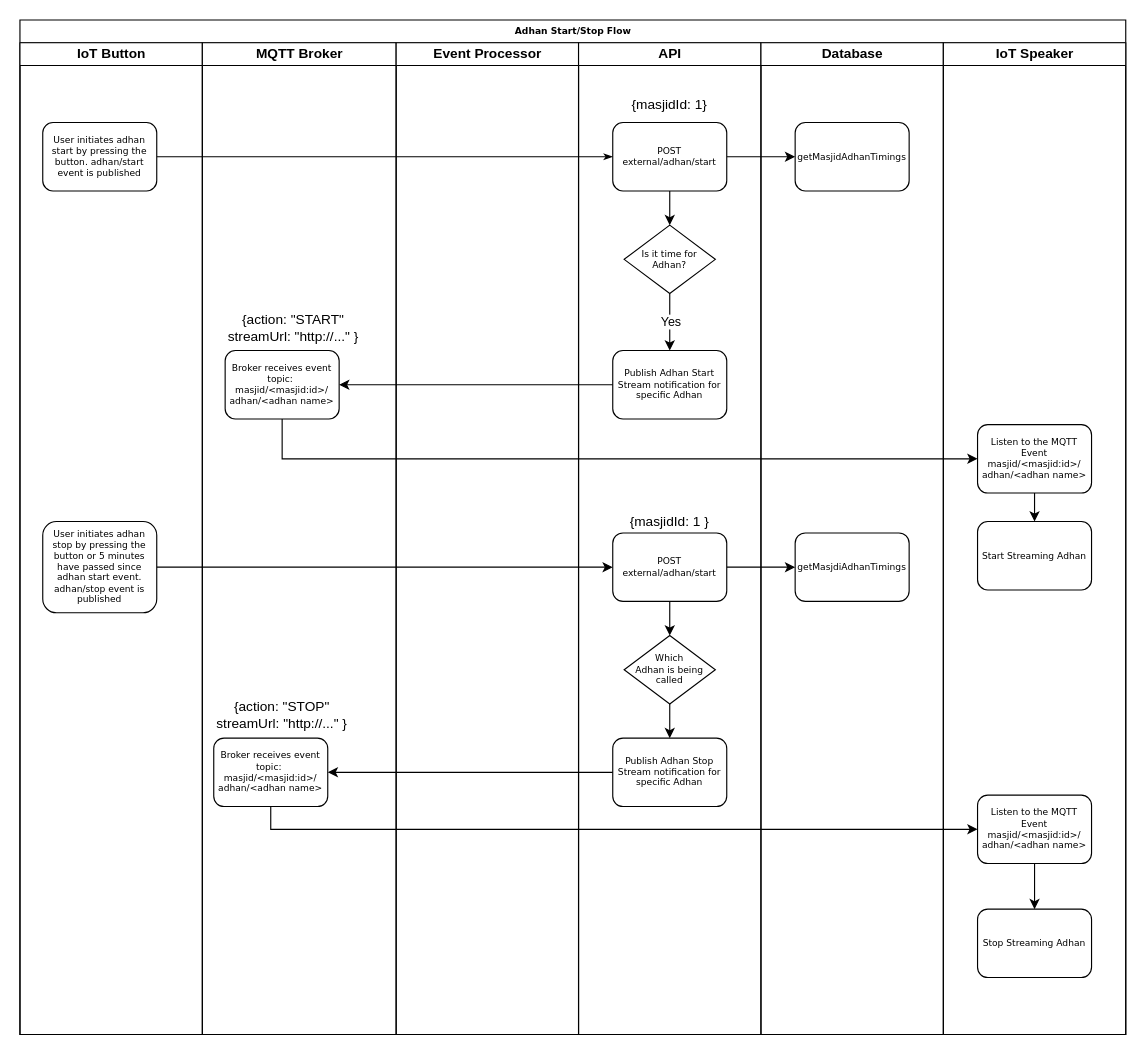
Above: page "Adhan Flow" (1 of 9) of src/docs/Smart Masjid Process Flows.drawio in eSpark-Backup/smart-masjid-app (draw.io), before the change. Source tidied: cells renumbered, new cells numbered last; positions are measured from the earlier drawing's top-left corner, leaving out a move shared by most shapes. Both pictures are drawn from the tidied source at 114%, with x=0, y=0 at pixel (19, 19).
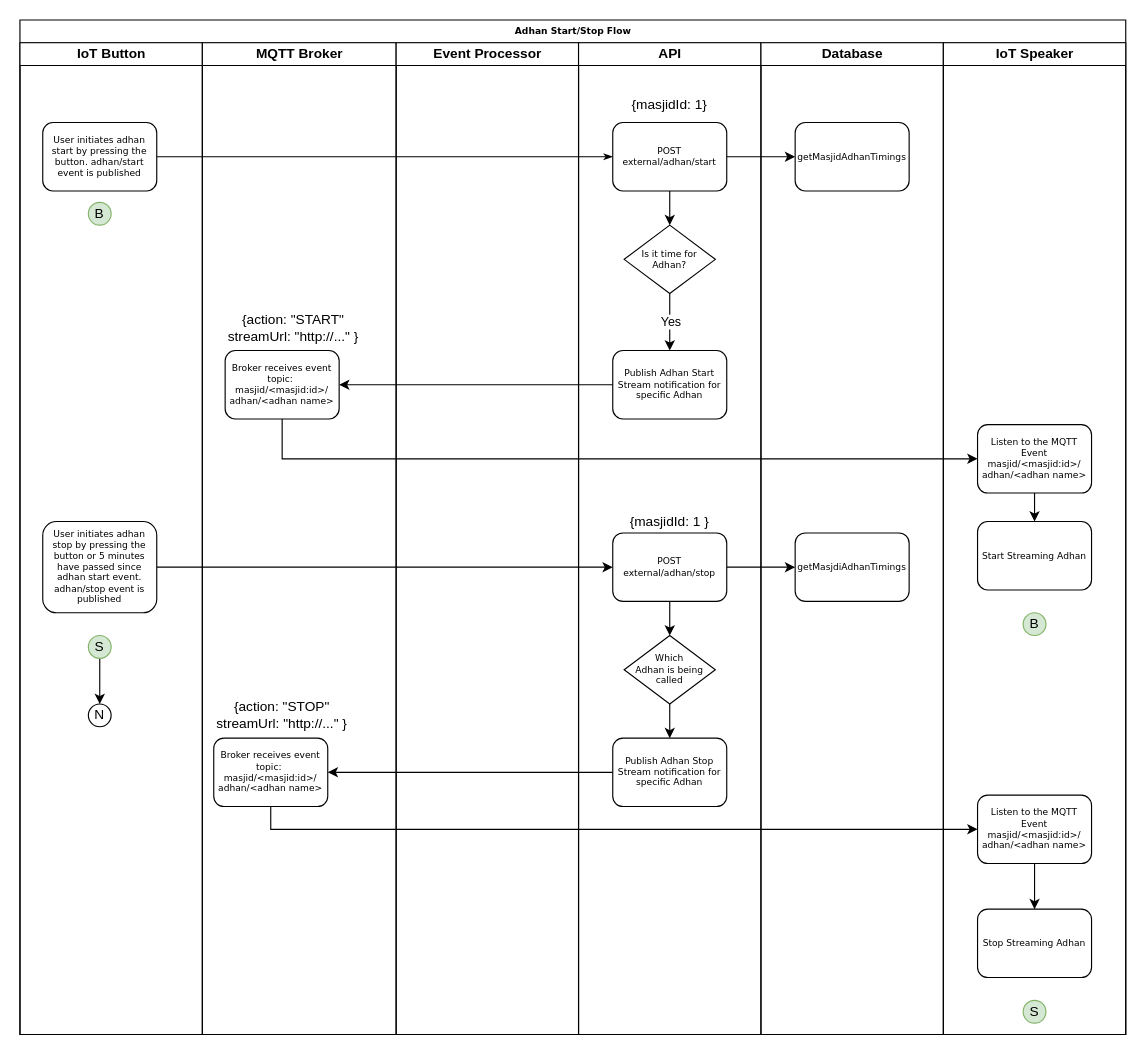
Above is the later version.

Unchanged cells that the change refers to:
```xml
<mxCell id="6" value="IoT Button" style="swimlane;html=1;startSize=20;" parent="2" vertex="1">
  <mxGeometry y="20" width="160" height="870" as="geometry" />
</mxCell>
<mxCell id="16" value="API" style="swimlane;html=1;startSize=20;" parent="2" vertex="1">
  <mxGeometry x="490" y="20" width="160" height="870" as="geometry" />
</mxCell>
<mxCell id="34" value="IoT Speaker" style="swimlane;html=1;startSize=20;" parent="2" vertex="1">
  <mxGeometry x="810" y="20" width="160" height="870" as="geometry" />
</mxCell>
```

What changed in the source:
```diff
@@
+    <mxCell id="45" value="B" style="ellipse;whiteSpace=wrap;html=1;fillColor=#d5e8d4;strokeColor=#82b366;shadow=0;fontSize=12;" parent="6" vertex="1">
+      <mxGeometry x="60" y="140" width="20" height="20" as="geometry" />
+    </mxCell>
+    <mxCell id="46" style="edgeStyle=orthogonalEdgeStyle;rounded=0;jettySize=auto;html=1;entryX=0.5;entryY=0;entryDx=0;entryDy=0;fontSize=12;startArrow=none;startFill=0;endArrow=classic;endFill=1;" parent="6" edge="1" source="47" target="48">
+      <mxGeometry relative="1" as="geometry" />
+    </mxCell>
+    <mxCell id="47" value="S" style="ellipse;whiteSpace=wrap;html=1;fillColor=#d5e8d4;strokeColor=#82b366;shadow=0;fontSize=12;" parent="6" vertex="1">
+      <mxGeometry x="60" y="520" width="20" height="20" as="geometry" />
+    </mxCell>
+    <mxCell id="48" value="N" style="ellipse;whiteSpace=wrap;html=1;shadow=0;fontSize=12;" parent="6" vertex="1">
+      <mxGeometry x="60" y="580" width="20" height="20" as="geometry" />
+    </mxCell>
@@
-    <mxCell id="19" value="POST&lt;br style=&quot;border-color: var(--border-color);&quot;&gt;external/adhan/start" style="rounded=1;whiteSpace=wrap;html=1;shadow=0;labelBackgroundColor=none;strokeWidth=1;fontFamily=Verdana;fontSize=8;align=center;" parent="16" vertex="1">
+    <mxCell id="19" value="POST&lt;br style=&quot;border-color: var(--border-color);&quot;&gt;external/adhan/stop" style="rounded=1;whiteSpace=wrap;html=1;shadow=0;labelBackgroundColor=none;strokeWidth=1;fontFamily=Verdana;fontSize=8;align=center;" parent="16" vertex="1">
       <mxGeometry x="30" y="430" width="100" height="60" as="geometry" />
     </mxCell>
@@
+    <mxCell id="49" value="B" style="ellipse;whiteSpace=wrap;html=1;fillColor=#d5e8d4;strokeColor=#82b366;shadow=0;fontSize=12;" parent="34" vertex="1">
+      <mxGeometry x="70" y="500" width="20" height="20" as="geometry" />
+    </mxCell>
+    <mxCell id="50" value="S" style="ellipse;whiteSpace=wrap;html=1;fillColor=#d5e8d4;strokeColor=#82b366;shadow=0;fontSize=12;" parent="34" vertex="1">
+      <mxGeometry x="70" y="840" width="20" height="20" as="geometry" />
+    </mxCell>
```
